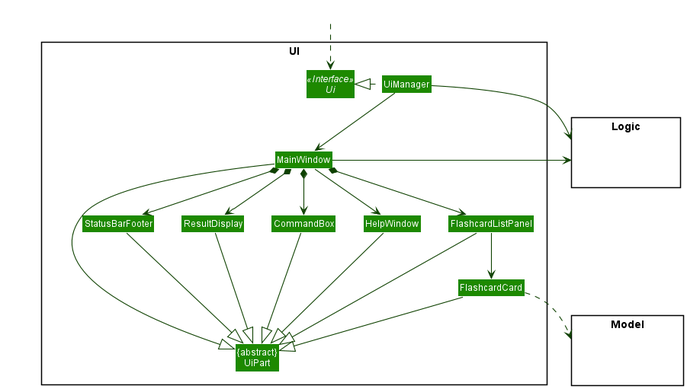
Earlier version of the PlantUML export docs/images/UiClassDiagram.png (nus-cs2103-AY2021S2/tp).
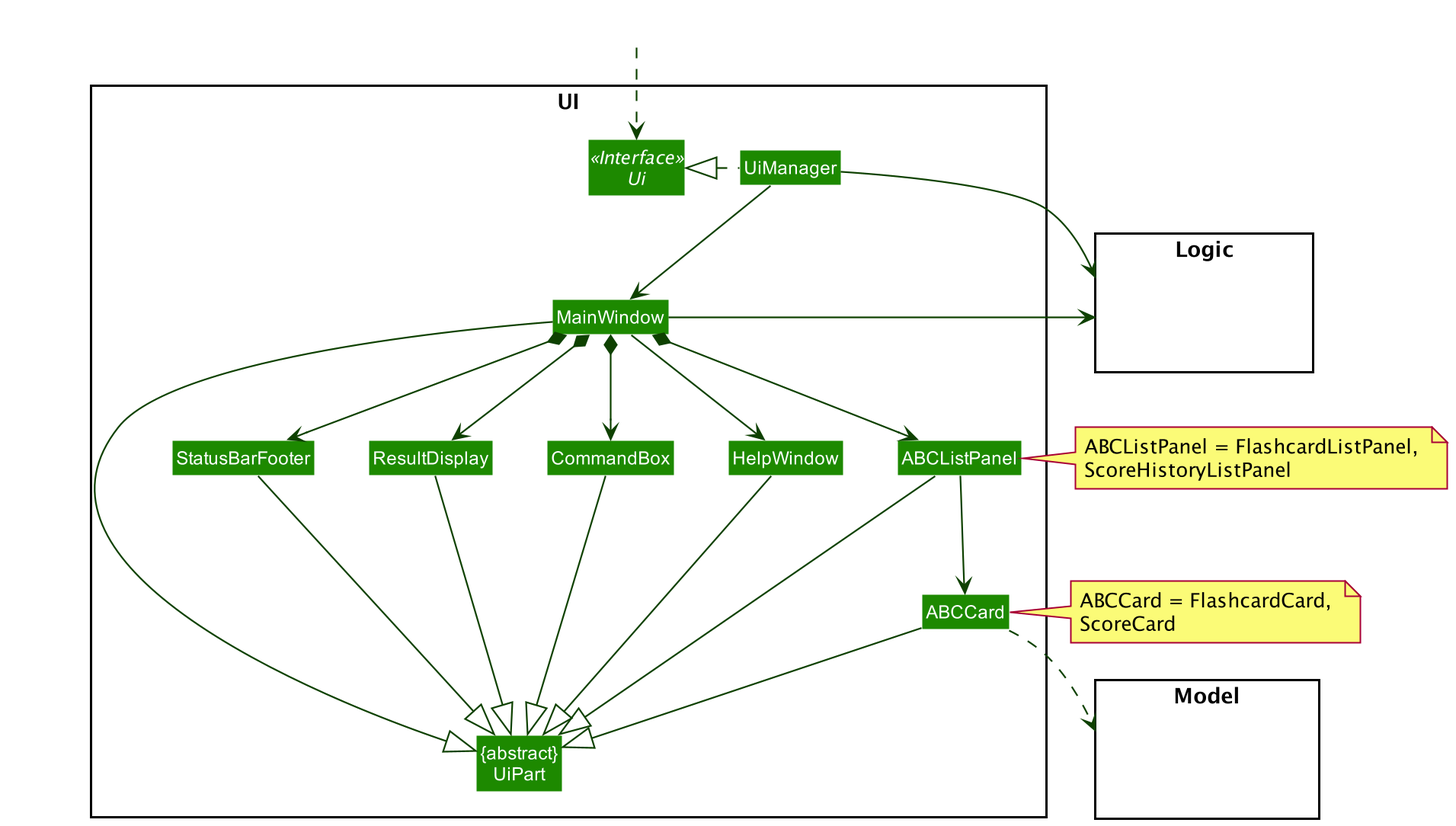
Later version of the same file.

Diff of the diagram source:
```diff
@@ -11,8 +11,8 @@
 Class MainWindow
 Class HelpWindow
 Class ResultDisplay
-Class FlashcardListPanel
-Class FlashcardCard
+Class ABCListPanel
+Class ABCCard
 Class StatusBarFooter
 Class CommandBox
 }
@@ -33,28 +33,31 @@
 MainWindow --> HelpWindow
 MainWindow *-down-> CommandBox
 MainWindow *-down-> ResultDisplay
-MainWindow *-down-> FlashcardListPanel
+MainWindow *-down-> ABCListPanel
 MainWindow *-down-> StatusBarFooter
 
-FlashcardListPanel -down-> FlashcardCard
+ABCListPanel -down-> ABCCard
 
-MainWindow -left-|> UiPart
+MainWindow -right-|> UiPart
 
 ResultDisplay --|> UiPart
 CommandBox --|> UiPart
-FlashcardListPanel --|> UiPart
-FlashcardCard --|> UiPart
+ABCListPanel --|> UiPart
+ABCCard --|> UiPart
 StatusBarFooter --|> UiPart
-HelpWindow -down-|> UiPart
+HelpWindow --|> UiPart
 
-FlashcardCard ..> Model
+ABCCard ..> Model
 UiManager -right-> Logic
 MainWindow -left-> Logic
 
-FlashcardListPanel -[hidden]left- HelpWindow
+ABCListPanel -[hidden]left- HelpWindow
 HelpWindow -[hidden]left- CommandBox
 CommandBox -[hidden]left- ResultDisplay
 ResultDisplay -[hidden]left- StatusBarFooter
 
+note right of ABCListPanel: ABCListPanel = FlashcardListPanel, \nScoreHistoryListPanel
+note right of ABCCard: ABCCard = FlashcardCard, \nScoreCard
+
 MainWindow -[hidden]-|> UiPart
 @enduml
```
